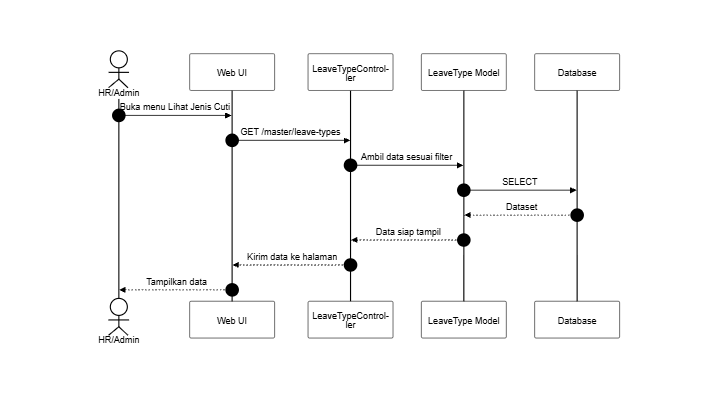
The Mermaid diagram docs/SequenceDiagram/PNG_Transparent/DataMasterJenisCuti-Detail.png in SulaimanHafi23/SimpegRSHDI, before a commit. Its source is kept beside it as docs/SequenceDiagram/DataMasterJenisCuti-Detail.mermaid. Source of this version:
```mermaid
%%{init: {"theme": "base", "themeVariables": {"background": "#dddddd", "primaryColor": "#ffffff", "primaryBorderColor": "#000000", "primaryTextColor": "#000000", "lineColor": "#000000", "textColor": "#000000", "actorBkg": "#ffffff", "actorBorder": "#000000", "actorTextColor": "#000000", "activationBkgColor": "#ffffff", "activationBorderColor": "#000000", "signalColor": "#000000", "signalTextColor": "#000000", "labelBoxBkgColor": "#ffffff", "labelBoxBorderColor": "#000000", "labelTextColor": "#000000", "sequenceNumberColor": "#000000", "noteBkgColor": "#ffffff", "noteBorderColor": "#000000", "noteTextColor": "#000000"}, "sequence": {"useMaxWidth": true, "wrap": true, "messageFontSize": 12, "noteFontSize": 12}}}%%
sequenceDiagram
    autonumber
    actor A as HR/Admin
    participant UI as Web UI
    participant C as LeaveTypeController
    participant M as LeaveType Model
    participant DB as Database

    A->>UI: Buka menu Lihat Jenis Cuti
    UI->>C: GET /master/leave-types
    C->>M: Ambil data sesuai filter
    M->>DB: SELECT
    DB-->>M: Dataset
    M-->>C: Data siap tampil
    C-->>UI: Kirim data ke halaman
    UI-->>A: Tampilkan data
```
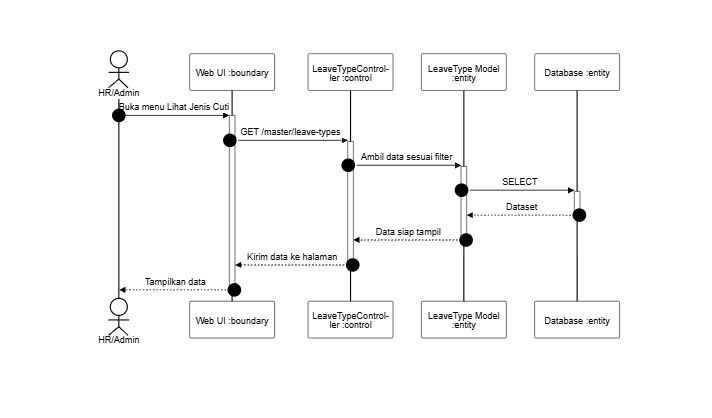
After the change.

Change to the diagram source:
```diff
@@ -2,16 +2,16 @@
 sequenceDiagram
     autonumber
     actor A as HR/Admin
-    participant UI as Web UI
-    participant C as LeaveTypeController
-    participant M as LeaveType Model
-    participant DB as Database
+    participant UI as Web UI :boundary
+    participant C as LeaveTypeController :control
+    participant M as LeaveType Model :entity
+    participant DB as Database :entity
 
-    A->>UI: Buka menu Lihat Jenis Cuti
-    UI->>C: GET /master/leave-types
-    C->>M: Ambil data sesuai filter
-    M->>DB: SELECT
-    DB-->>M: Dataset
-    M-->>C: Data siap tampil
-    C-->>UI: Kirim data ke halaman
-    UI-->>A: Tampilkan data
+    A->>+UI: Buka menu Lihat Jenis Cuti
+    UI->>+C: GET /master/leave-types
+    C->>+M: Ambil data sesuai filter
+    M->>+DB: SELECT
+    DB-->>-M: Dataset
+    M-->>-C: Data siap tampil
+    C-->>-UI: Kirim data ke halaman
+    UI-->>-A: Tampilkan data
```
